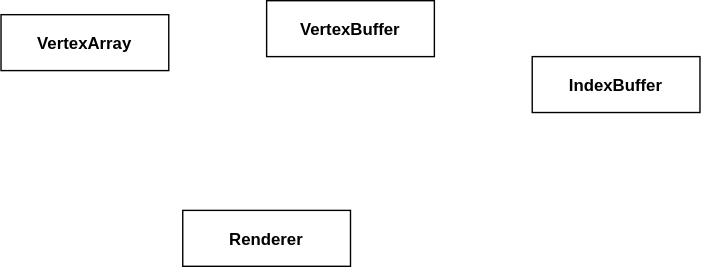
The draw.io diagram docs/renderer/renderer.drawio.svg in wolfel1/Raytracy, before a commit. Source tidied: cells renumbered, new cells last; positions are measured from the earlier drawing's top-left corner, leaving out a move shared by most shapes.
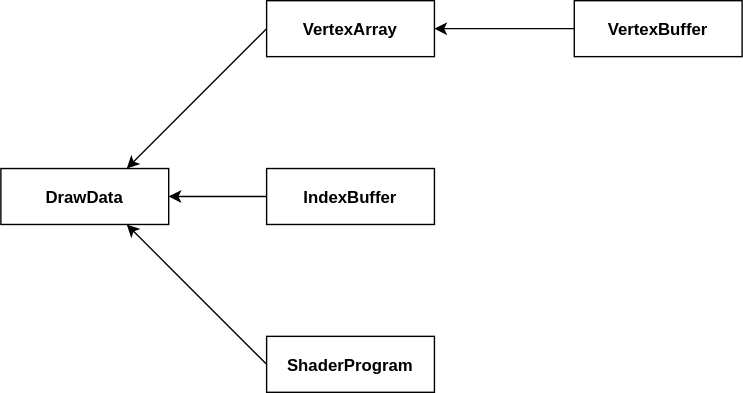
The same file after the commit.

Change to the diagram source:
```diff
@@ -2,17 +2,32 @@
   <root>
     <mxCell id="0" />
     <mxCell id="1" parent="0" />
-    <mxCell id="2" value="Renderer" style="fontStyle=1;" parent="1" vertex="1">
-      <mxGeometry x="130" y="150" width="120" height="40" as="geometry" />
+    <mxCell id="2" value="DrawData" style="fontStyle=1;" parent="1" vertex="1">
+      <mxGeometry y="30" width="120" height="40" as="geometry" />
     </mxCell>
+    <mxCell id="6" style="edgeStyle=none;html=1;" parent="1" edge="1" source="3" target="4">
+      <mxGeometry relative="1" as="geometry" />
+    </mxCell>
     <mxCell id="3" value="VertexBuffer" style="fontStyle=1;" parent="1" vertex="1">
-      <mxGeometry x="190" width="120" height="40" as="geometry" />
+      <mxGeometry x="410" y="-90" width="120" height="40" as="geometry" />
     </mxCell>
+    <mxCell id="7" style="edgeStyle=none;html=1;" parent="1" edge="1" source="5" target="2">
+      <mxGeometry relative="1" as="geometry" />
+    </mxCell>
+    <mxCell id="5" value="IndexBuffer" style="fontStyle=1;" parent="1" vertex="1">
+      <mxGeometry x="190" y="30" width="120" height="40" as="geometry" />
+    </mxCell>
     <mxCell id="4" value="VertexArray" style="fontStyle=1;" parent="1" vertex="1">
-      <mxGeometry y="10" width="120" height="40" as="geometry" />
+      <mxGeometry x="190" y="-90" width="120" height="40" as="geometry" />
     </mxCell>
-    <mxCell id="5" value="IndexBuffer" style="fontStyle=1;" parent="1" vertex="1">
-      <mxGeometry x="380" y="40" width="120" height="40" as="geometry" />
-    </mxCell>
+    <mxCell id="8" value="ShaderProgram" style="fontStyle=1;" parent="1" vertex="1">
+      <mxGeometry x="190" y="150" width="120" height="40" as="geometry" />
+    </mxCell>
+    <mxCell id="9" style="edgeStyle=none;html=1;exitX=0;exitY=0.5;exitDx=0;exitDy=0;entryX=0.75;entryY=1;entryDx=0;entryDy=0;" parent="1" edge="1" source="8" target="2">
+      <mxGeometry relative="1" as="geometry" />
+    </mxCell>
+    <mxCell id="10" style="edgeStyle=none;html=1;exitX=0;exitY=0.5;exitDx=0;exitDy=0;entryX=0.75;entryY=0;entryDx=0;entryDy=0;" parent="1" edge="1" source="4" target="2">
+      <mxGeometry relative="1" as="geometry" />
+    </mxCell>
   </root>
 </mxGraphModel>
```
